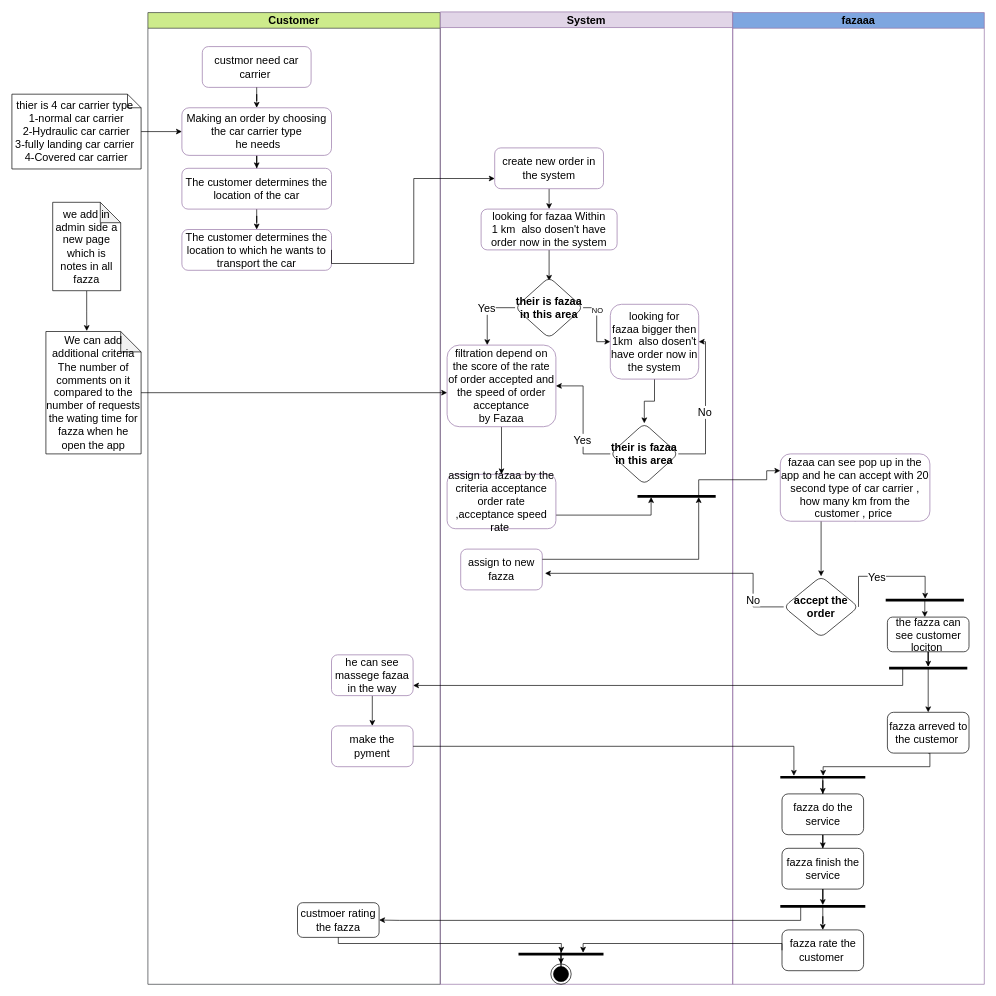
saleh300/activity-diagram keeps this draw.io diagram as activity_dig/car carrier.drawio. Above is the earlier version. Source tidied: cells renumbered, new cells numbered last; positions are measured from the earlier drawing's top-left corner, leaving out a move shared by most shapes. Both pictures are drawn from the tidied source at 68%, with x=0, y=0 at pixel (12, 12).
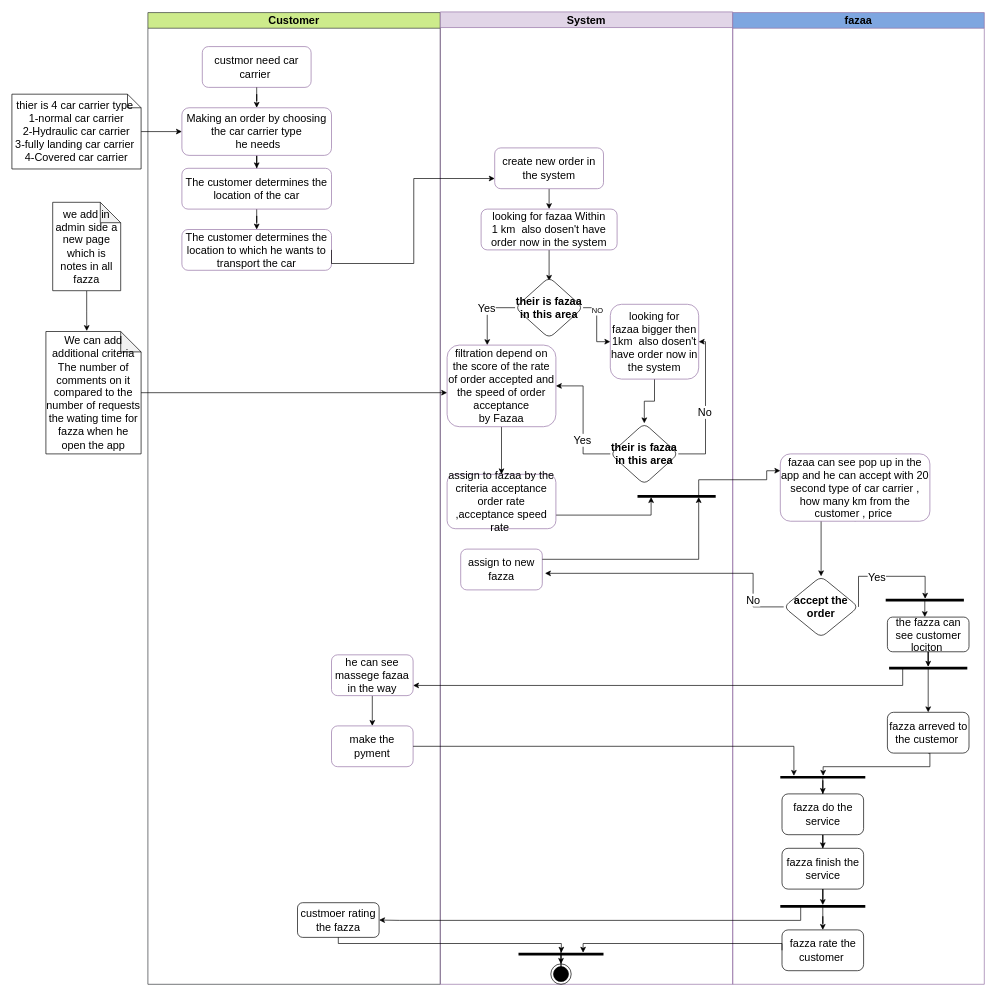
Above is the later version.

What changed in the source:
```diff
@@
-    <mxCell id="41" value="&lt;span style=&quot;font-size: 16px;&quot;&gt;fazaaa&lt;/span&gt;" style="swimlane;whiteSpace=wrap;html=1;fillColor=#7EA6E0;strokeColor=#9673a6;startSize=23;fontSize=16;" parent="1" vertex="1">
+    <mxCell id="41" value="&lt;span style=&quot;font-size: 16px;&quot;&gt;fazaa&lt;/span&gt;" style="swimlane;whiteSpace=wrap;html=1;fillColor=#7EA6E0;strokeColor=#9673a6;startSize=23;fontSize=16;" parent="1" vertex="1">
       <mxGeometry x="1060" y="1" width="370" height="1429" as="geometry" />
     </mxCell>
```
